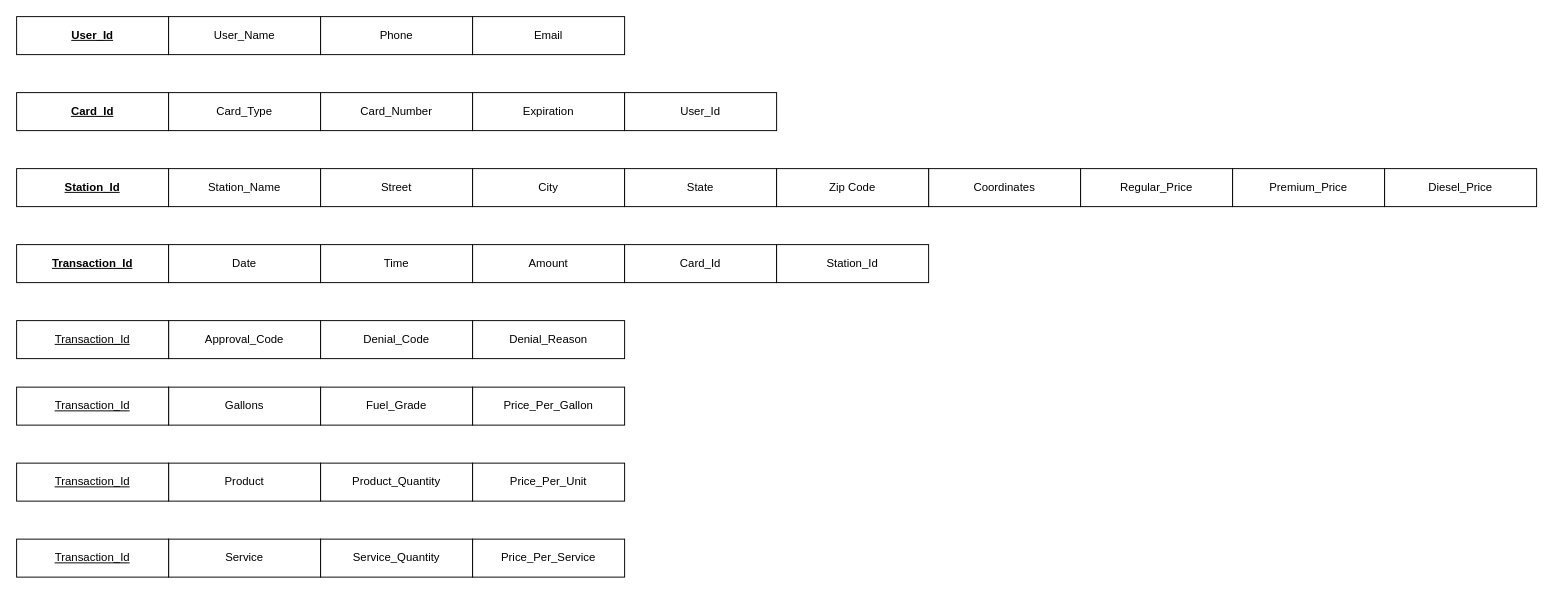
Earlier version of the draw.io diagram Project_First_Normal_Form.drawio (ngimpWT/CIDM3350). Source tidied: cells renumbered, new cells numbered last; positions are measured from the earlier drawing's top-left corner, leaving out a move shared by most shapes. Both pictures are drawn from the tidied source at 95%, with x=0, y=0 at pixel (16, 16).
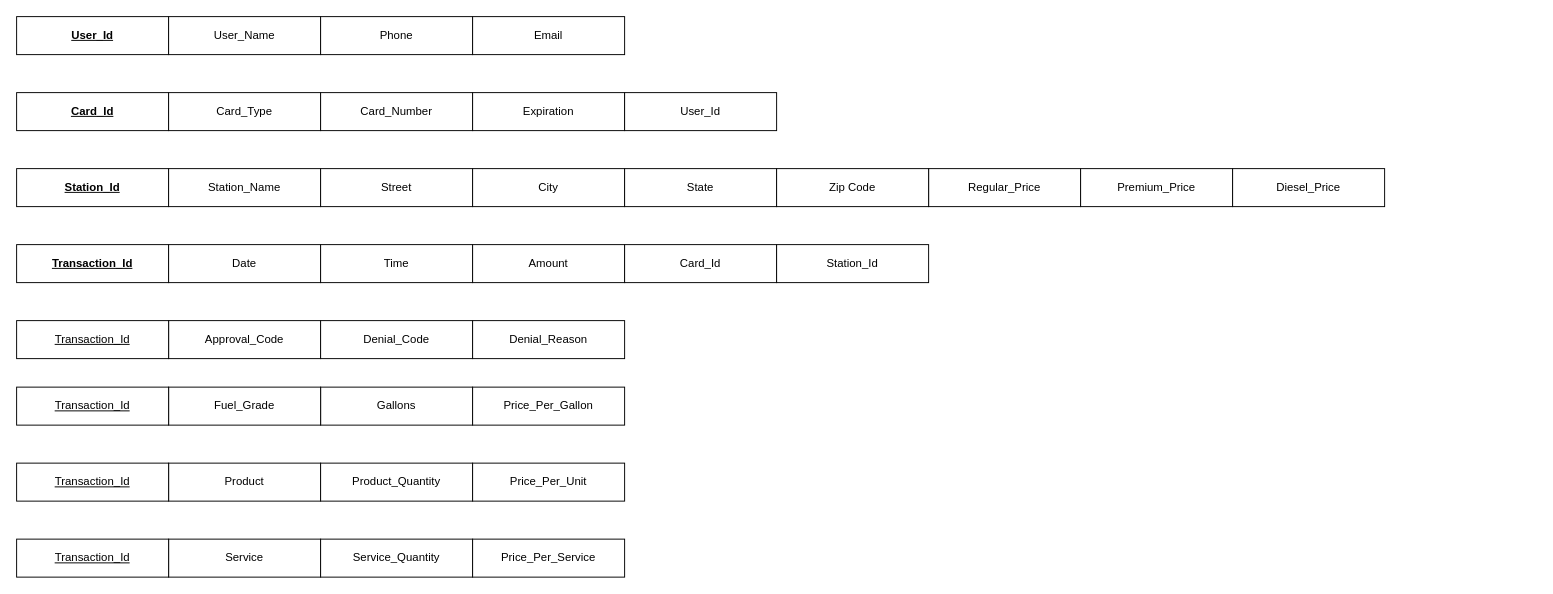
Above is the later version.

Diff of the diagram source:
```diff
@@
     <mxCell id="17" value="Gallons" style="rounded=0;whiteSpace=wrap;html=1;" parent="1" vertex="1">
-      <mxGeometry x="160" y="390" width="160" height="40" as="geometry" />
+      <mxGeometry x="320" y="390" width="160" height="40" as="geometry" />
     </mxCell>
     <mxCell id="18" value="Fuel_Grade" style="rounded=0;whiteSpace=wrap;html=1;" parent="1" vertex="1">
-      <mxGeometry x="320" y="390" width="160" height="40" as="geometry" />
+      <mxGeometry x="160" y="390" width="160" height="40" as="geometry" />
     </mxCell>
@@
-    <mxCell id="29" value="Coordinates" style="rounded=0;whiteSpace=wrap;html=1;" parent="1" vertex="1">
-      <mxGeometry x="960" y="160" width="160" height="40" as="geometry" />
-    </mxCell>
     <mxCell id="30" value="Regular_Price" style="rounded=0;whiteSpace=wrap;html=1;" parent="1" vertex="1">
-      <mxGeometry x="1120" y="160" width="160" height="40" as="geometry" />
+      <mxGeometry x="960" y="160" width="160" height="40" as="geometry" />
     </mxCell>
     <mxCell id="31" value="Premium_Price" style="rounded=0;whiteSpace=wrap;html=1;" parent="1" vertex="1">
-      <mxGeometry x="1280" y="160" width="160" height="40" as="geometry" />
+      <mxGeometry x="1120" y="160" width="160" height="40" as="geometry" />
     </mxCell>
     <mxCell id="32" value="Diesel_Price" style="rounded=0;whiteSpace=wrap;html=1;" parent="1" vertex="1">
-      <mxGeometry x="1440" y="160" width="160" height="40" as="geometry" />
+      <mxGeometry x="1280" y="160" width="160" height="40" as="geometry" />
     </mxCell>
```
